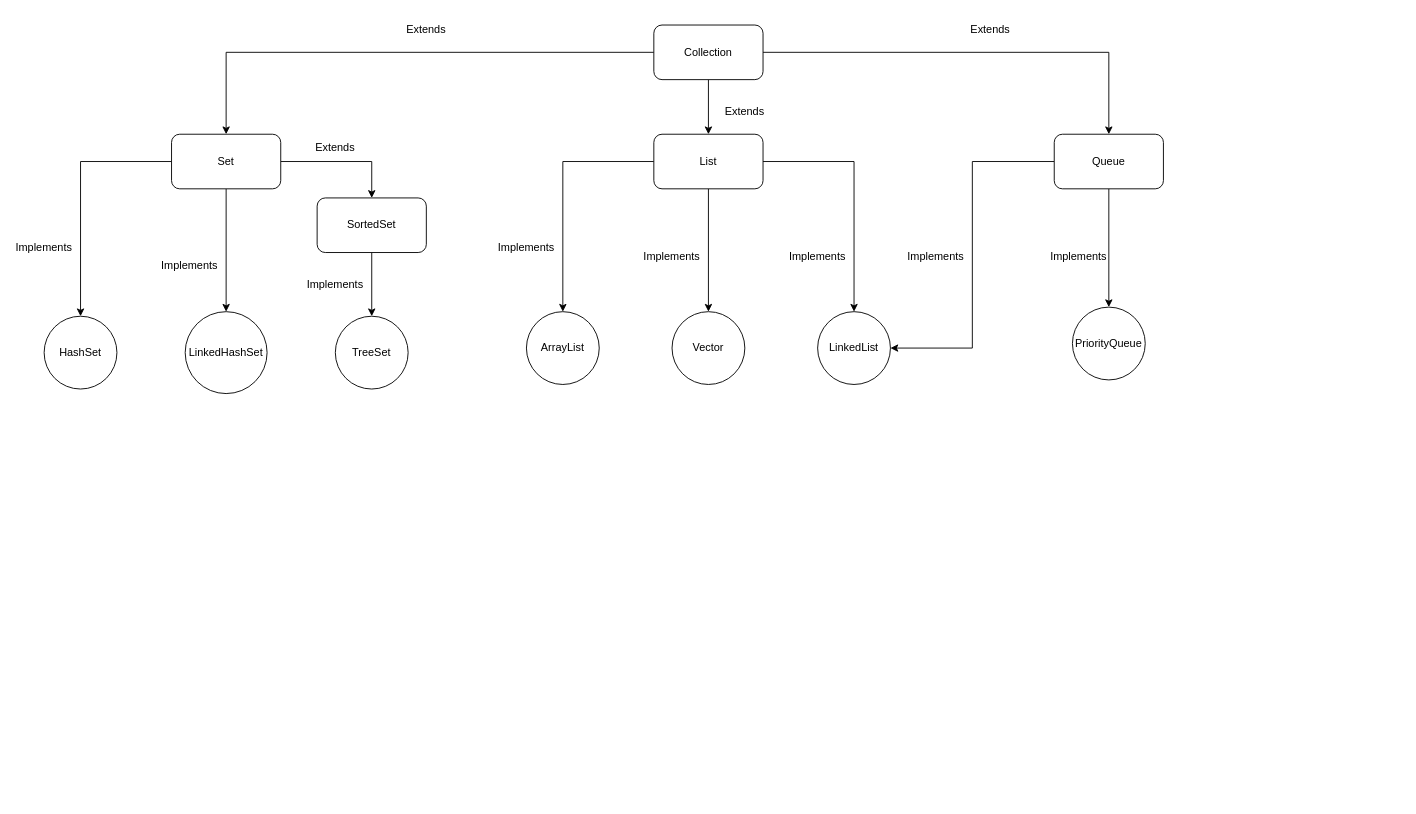
souvik-brz/diagrams keeps this draw.io diagram as Collection_Framework.drawio. Above is the earlier version. Source tidied: cells renumbered, new cells numbered last; positions are measured from the earlier drawing's top-left corner, leaving out a move shared by most shapes. Both pictures are drawn from the tidied source at 91%, with x=0, y=0 at pixel (16, 15).
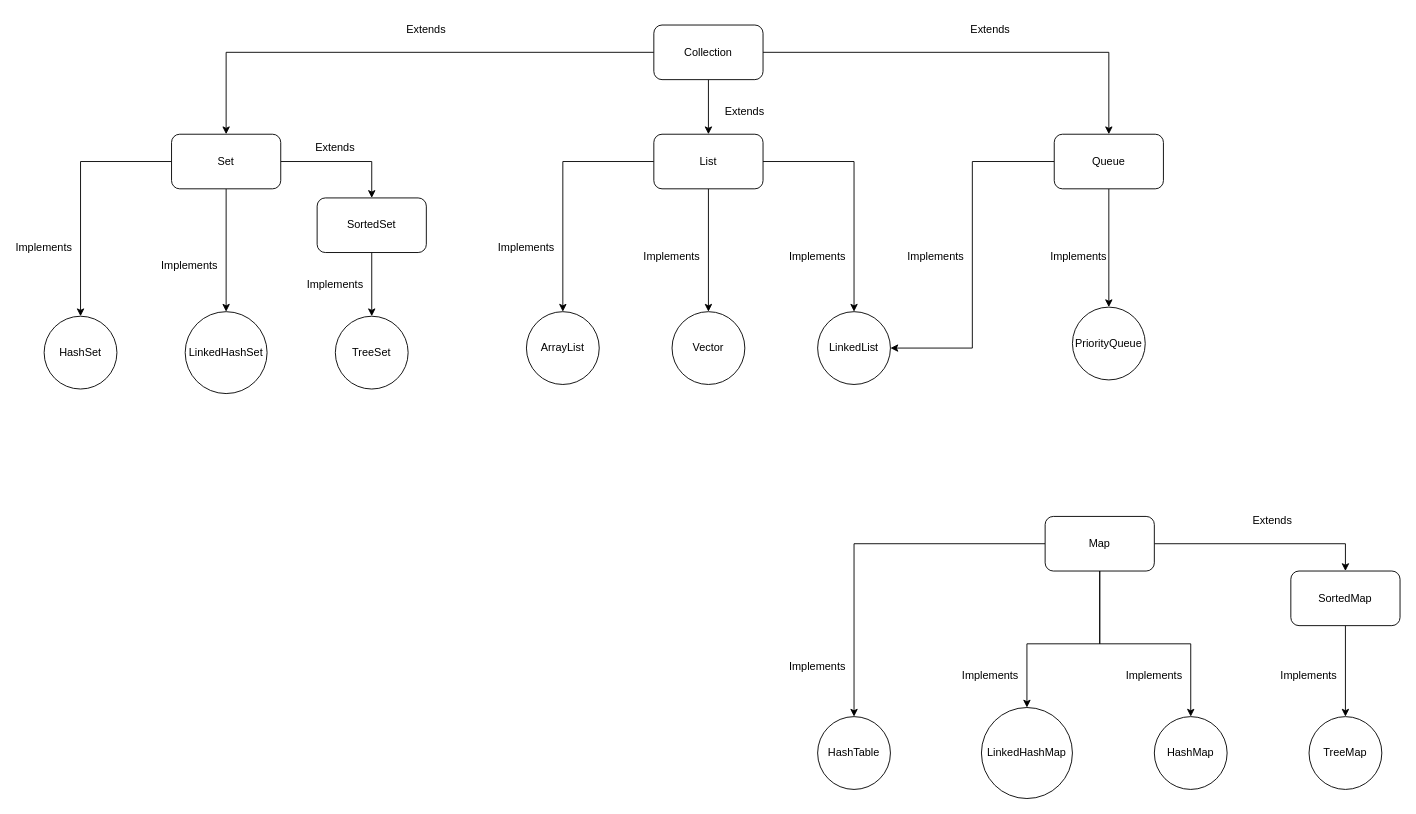
Above is the later version.

The edit, as a diff of the source:
```diff
@@
+    <mxCell id="39" style="edgeStyle=orthogonalEdgeStyle;rounded=0;jettySize=auto;html=1;" parent="1" edge="1" source="43" target="44">
+      <mxGeometry relative="1" as="geometry" />
+    </mxCell>
+    <mxCell id="40" style="edgeStyle=orthogonalEdgeStyle;rounded=0;jettySize=auto;html=1;entryX=0.5;entryY=0;entryDx=0;entryDy=0;" parent="1" edge="1" source="43" target="45">
+      <mxGeometry relative="1" as="geometry">
+        <Array as="points">
+          <mxPoint x="1190" y="690" />
+          <mxPoint x="1110" y="690" />
+        </Array>
+      </mxGeometry>
+    </mxCell>
+    <mxCell id="41" style="edgeStyle=orthogonalEdgeStyle;rounded=0;jettySize=auto;html=1;" parent="1" edge="1" source="43" target="46">
+      <mxGeometry relative="1" as="geometry" />
+    </mxCell>
+    <mxCell id="42" style="edgeStyle=orthogonalEdgeStyle;rounded=0;jettySize=auto;html=1;entryX=0.5;entryY=0;entryDx=0;entryDy=0;" parent="1" edge="1" source="43" target="49">
+      <mxGeometry relative="1" as="geometry" />
+    </mxCell>
+    <mxCell id="43" value="Map" style="rounded=1;whiteSpace=wrap;html=1;" parent="1" vertex="1">
+      <mxGeometry x="1130" y="550" width="120" height="60" as="geometry" />
+    </mxCell>
+    <mxCell id="44" value="HashTable" style="ellipse;whiteSpace=wrap;html=1;" parent="1" vertex="1">
+      <mxGeometry x="880" y="770" width="80" height="80" as="geometry" />
+    </mxCell>
+    <mxCell id="45" value="LinkedHashMap" style="ellipse;whiteSpace=wrap;html=1;" parent="1" vertex="1">
+      <mxGeometry x="1060" y="760" width="100" height="100" as="geometry" />
+    </mxCell>
+    <mxCell id="46" value="HashMap" style="ellipse;whiteSpace=wrap;html=1;" parent="1" vertex="1">
+      <mxGeometry x="1250" y="770" width="80" height="80" as="geometry" />
+    </mxCell>
+    <mxCell id="47" value="TreeMap" style="ellipse;whiteSpace=wrap;html=1;" parent="1" vertex="1">
+      <mxGeometry x="1420" y="770" width="80" height="80" as="geometry" />
+    </mxCell>
+    <mxCell id="48" style="edgeStyle=orthogonalEdgeStyle;rounded=0;jettySize=auto;html=1;entryX=0.5;entryY=0;entryDx=0;entryDy=0;" parent="1" edge="1" source="49" target="47">
+      <mxGeometry relative="1" as="geometry" />
+    </mxCell>
+    <mxCell id="49" value="SortedMap" style="rounded=1;whiteSpace=wrap;html=1;" parent="1" vertex="1">
+      <mxGeometry x="1400" y="610" width="120" height="60" as="geometry" />
+    </mxCell>
+    <mxCell id="50" value="Extends" style="text;html=1;align=center;verticalAlign=middle;whiteSpace=wrap;rounded=0;" parent="1" vertex="1">
+      <mxGeometry x="1350" y="540" width="60" height="30" as="geometry" />
+    </mxCell>
+    <mxCell id="51" value="Implements" style="text;html=1;align=center;verticalAlign=middle;whiteSpace=wrap;rounded=0;" parent="1" vertex="1">
+      <mxGeometry x="850" y="700" width="60" height="30" as="geometry" />
+    </mxCell>
+    <mxCell id="52" value="Implements" style="text;html=1;align=center;verticalAlign=middle;whiteSpace=wrap;rounded=0;" parent="1" vertex="1">
+      <mxGeometry x="1040" y="710" width="60" height="30" as="geometry" />
+    </mxCell>
+    <mxCell id="53" value="Implements" style="text;html=1;align=center;verticalAlign=middle;whiteSpace=wrap;rounded=0;" parent="1" vertex="1">
+      <mxGeometry x="1220" y="710" width="60" height="30" as="geometry" />
+    </mxCell>
+    <mxCell id="54" value="Implements" style="text;html=1;align=center;verticalAlign=middle;whiteSpace=wrap;rounded=0;" parent="1" vertex="1">
+      <mxGeometry x="1390" y="710" width="60" height="30" as="geometry" />
+    </mxCell>
```
